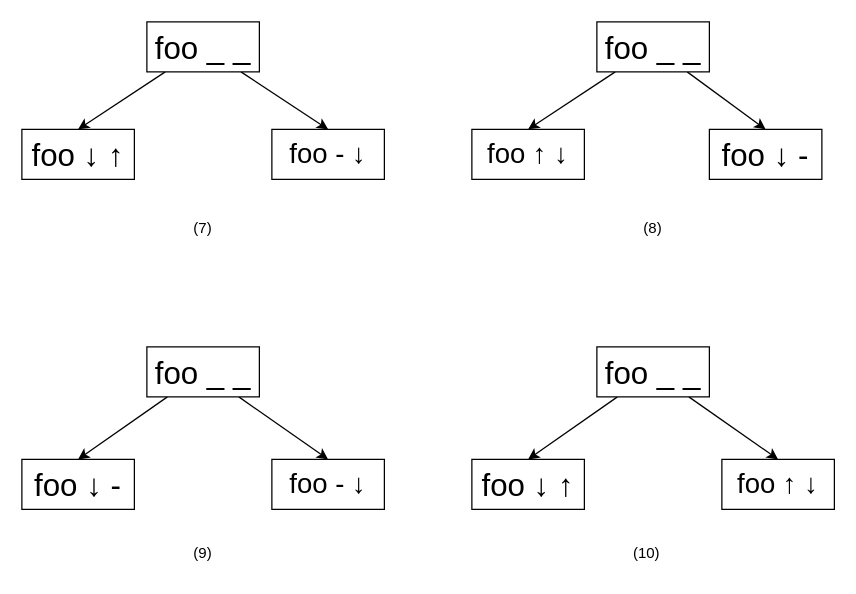
Above: slide/56.drawio in lengyijun/MergeSort (draw.io), before the change. Source tidied: cells renumbered, new cells numbered last; positions are measured from the earlier drawing's top-left corner, leaving out a move shared by most shapes. Both pictures are drawn from the tidied source at 125%, with x=0, y=0 at pixel (21, 21).
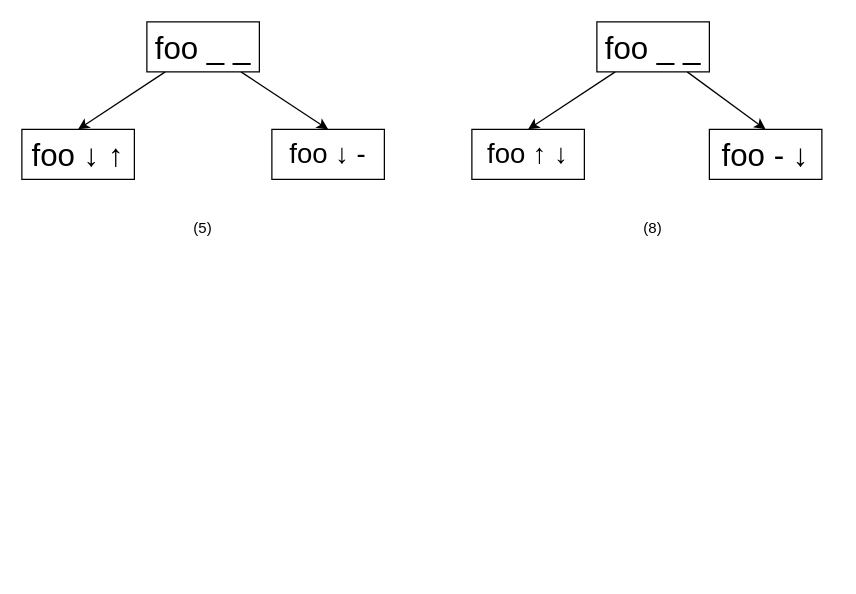
The same page after the edit.

Diff of the diagram source:
```diff
@@
-    <mxCell id="2" style="edgeStyle=none;rounded=0;jettySize=auto;html=1;entryX=0.5;entryY=0;entryDx=0;entryDy=0;" parent="1" edge="1" source="4" target="5">
-      <mxGeometry relative="1" as="geometry" />
-    </mxCell>
-    <mxCell id="3" style="edgeStyle=none;rounded=0;jettySize=auto;html=1;entryX=0.5;entryY=0;entryDx=0;entryDy=0;" parent="1" edge="1" source="4" target="6">
-      <mxGeometry relative="1" as="geometry" />
-    </mxCell>
-    <mxCell id="4" value="foo _ _" style="rounded=0;whiteSpace=wrap;html=1;fontSize=25;" parent="1" vertex="1">
-      <mxGeometry x="100" y="260" width="90" height="40" as="geometry" />
-    </mxCell>
-    <mxCell id="5" value="foo&amp;nbsp;↓&amp;nbsp;-" style="rounded=0;whiteSpace=wrap;html=1;fontSize=25;" parent="1" vertex="1">
-      <mxGeometry y="350" width="90" height="40" as="geometry" />
-    </mxCell>
-    <mxCell id="6" value="foo - ↓" style="rounded=0;whiteSpace=wrap;html=1;fontSize=22;" parent="1" vertex="1">
-      <mxGeometry x="200" y="350" width="90" height="40" as="geometry" />
-    </mxCell>
@@
-    <mxCell id="10" value="foo&amp;nbsp;↓&amp;nbsp;-" style="rounded=0;whiteSpace=wrap;html=1;fontSize=25;" parent="1" vertex="1">
+    <mxCell id="10" value="foo - ↓" style="rounded=0;whiteSpace=wrap;html=1;fontSize=25;" parent="1" vertex="1">
       <mxGeometry x="550" y="86" width="90" height="40" as="geometry" />
     </mxCell>
@@
-    <mxCell id="16" value="foo - ↓" style="rounded=0;whiteSpace=wrap;html=1;fontSize=22;" parent="1" vertex="1">
+    <mxCell id="16" value="foo ↓ -" style="rounded=0;whiteSpace=wrap;html=1;fontSize=22;" parent="1" vertex="1">
       <mxGeometry x="200" y="86" width="90" height="40" as="geometry" />
     </mxCell>
-    <mxCell id="17" style="edgeStyle=none;rounded=0;jettySize=auto;html=1;entryX=0.5;entryY=0;entryDx=0;entryDy=0;" parent="1" edge="1" source="19" target="20">
-      <mxGeometry relative="1" as="geometry" />
-    </mxCell>
-    <mxCell id="18" style="edgeStyle=none;rounded=0;jettySize=auto;html=1;entryX=0.5;entryY=0;entryDx=0;entryDy=0;" parent="1" edge="1" source="19" target="21">
-      <mxGeometry relative="1" as="geometry" />
-    </mxCell>
-    <mxCell id="19" value="foo _ _" style="rounded=0;whiteSpace=wrap;html=1;fontSize=25;" parent="1" vertex="1">
-      <mxGeometry x="460" y="260" width="90" height="40" as="geometry" />
-    </mxCell>
-    <mxCell id="20" value="foo ↓ ↑" style="rounded=0;whiteSpace=wrap;html=1;fontSize=25;" parent="1" vertex="1">
-      <mxGeometry x="360" y="350" width="90" height="40" as="geometry" />
-    </mxCell>
-    <mxCell id="21" value="foo ↑ ↓" style="rounded=0;whiteSpace=wrap;html=1;fontSize=22;" parent="1" vertex="1">
-      <mxGeometry x="560" y="350" width="90" height="40" as="geometry" />
-    </mxCell>
-    <mxCell id="22" value="(7)" style="text;html=1;strokeColor=none;fillColor=none;align=center;verticalAlign=middle;whiteSpace=wrap;rounded=0;" parent="1" vertex="1">
+    <mxCell id="22" value="(5)" style="text;html=1;strokeColor=none;fillColor=none;align=center;verticalAlign=middle;whiteSpace=wrap;rounded=0;" parent="1" vertex="1">
       <mxGeometry x="115" y="150" width="60" height="30" as="geometry" />
     </mxCell>
@@
-    <mxCell id="24" value="(9)" style="text;html=1;strokeColor=none;fillColor=none;align=center;verticalAlign=middle;whiteSpace=wrap;rounded=0;" parent="1" vertex="1">
-      <mxGeometry x="115" y="410" width="60" height="30" as="geometry" />
-    </mxCell>
-    <mxCell id="25" value="(10)" style="text;html=1;strokeColor=none;fillColor=none;align=center;verticalAlign=middle;whiteSpace=wrap;rounded=0;" parent="1" vertex="1">
-      <mxGeometry x="470" y="410" width="60" height="30" as="geometry" />
-    </mxCell>
```
